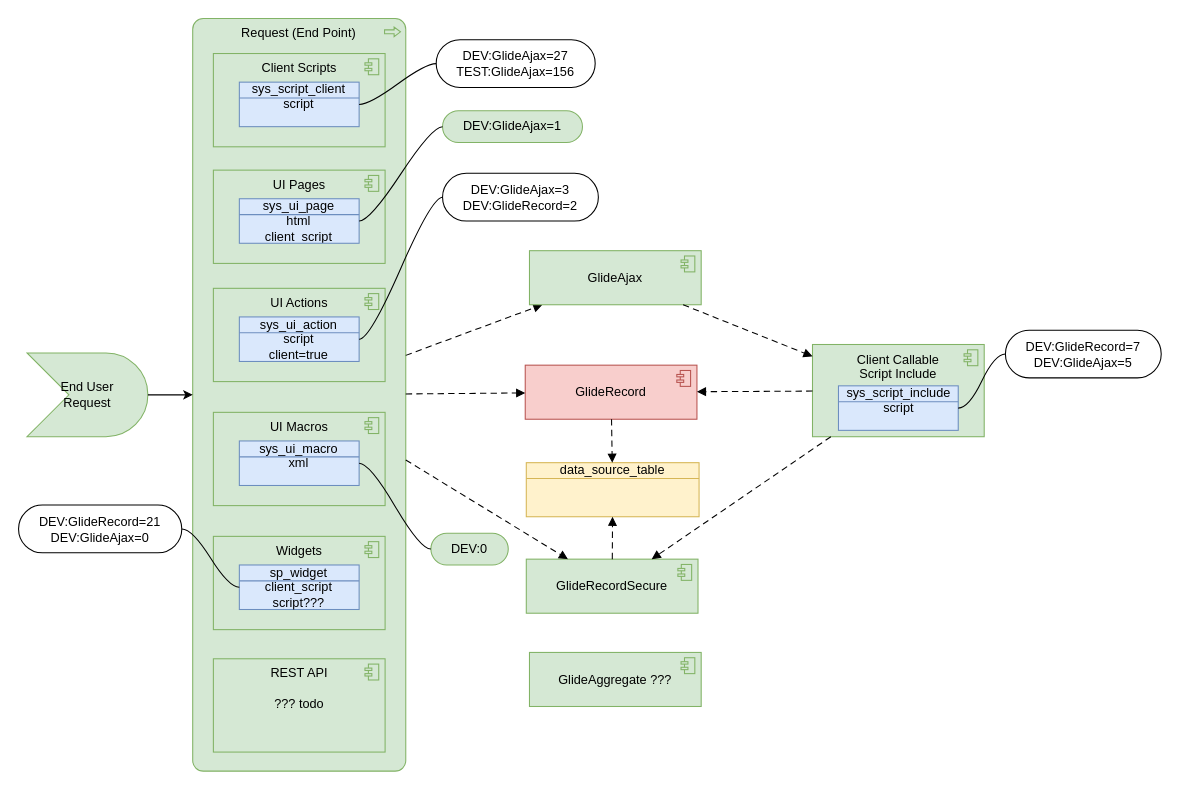
The draw.io diagram page "GlideRecordSecure" (4 of 15) of DBs.drawio in algimas/tmp, before the edit. Source tidied: cells renumbered, new cells numbered last; positions are measured from the earlier drawing's top-left corner, leaving out a move shared by most shapes. Both pictures are drawn from the tidied source at 106%, with x=0, y=0 at pixel (18, 18).
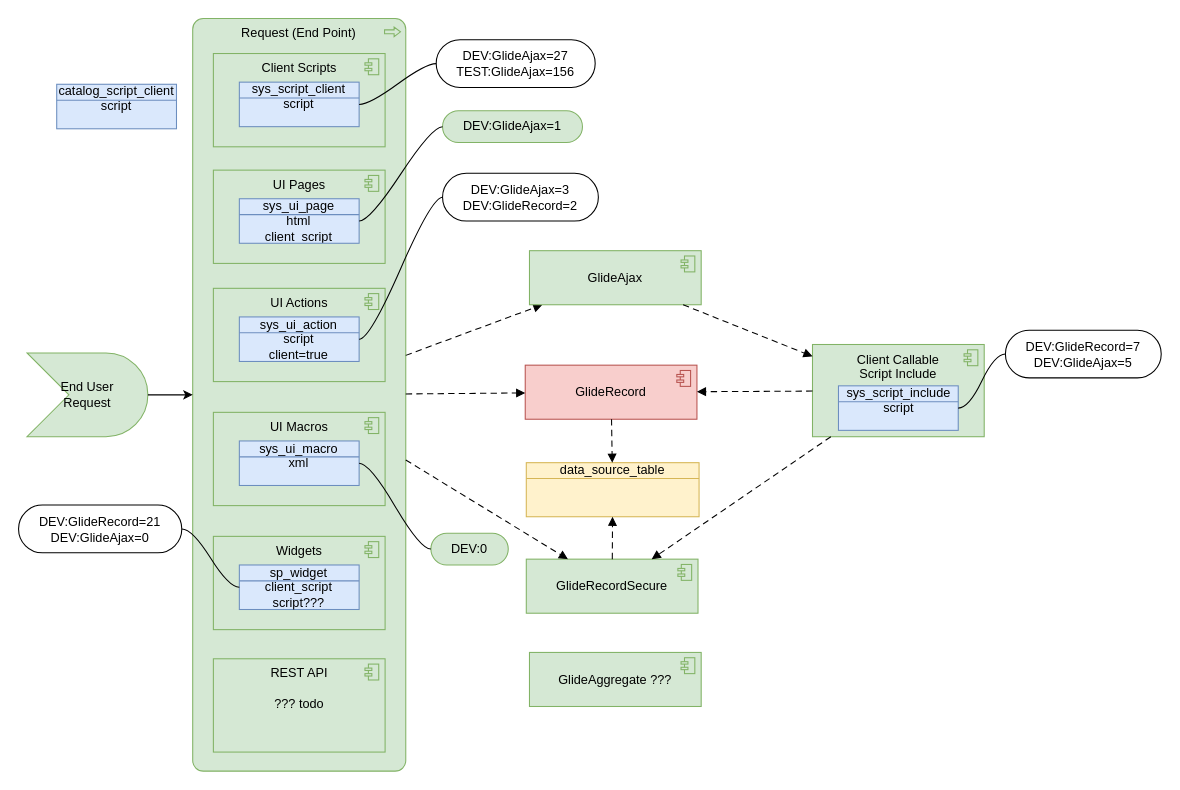
After the change.

Change to the diagram source:
```diff
@@
+    <mxCell id="43" value="catalog_script_client&lt;br&gt;script" style="html=1;whiteSpace=wrap;fillColor=#dae8fc;shape=mxgraph.archimate3.businessObject;overflow=fill;strokeColor=#6c8ebf;" parent="1" vertex="1">
+      <mxGeometry x="36" y="62" width="113" height="42" as="geometry" />
+    </mxCell>
```
